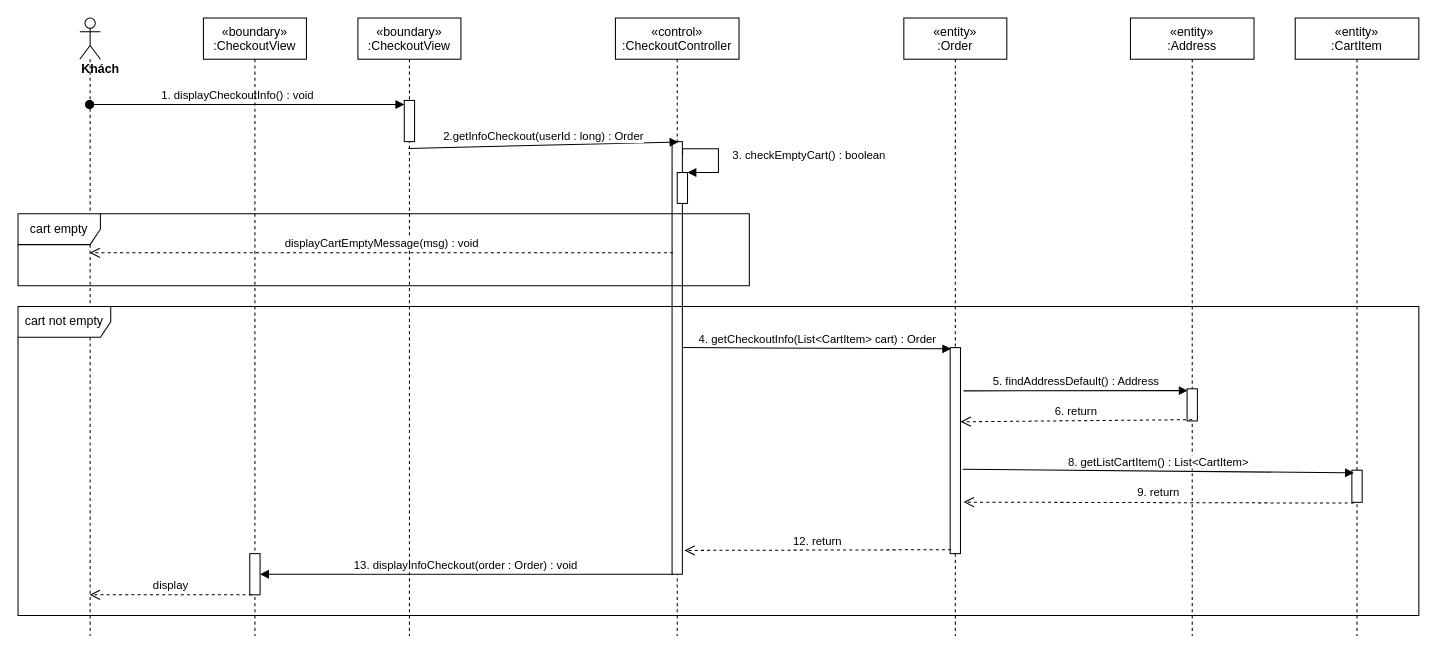
Earlier version of the draw.io diagram sequence diagram/view-checkout-info-sequence.drawio (nguyenphamvan/datn_20202). Source tidied: cells renumbered, new cells numbered last; positions are measured from the earlier drawing's top-left corner, leaving out a move shared by most shapes. Both pictures are drawn from the tidied source at 103%, with x=0, y=0 at pixel (18, 18).
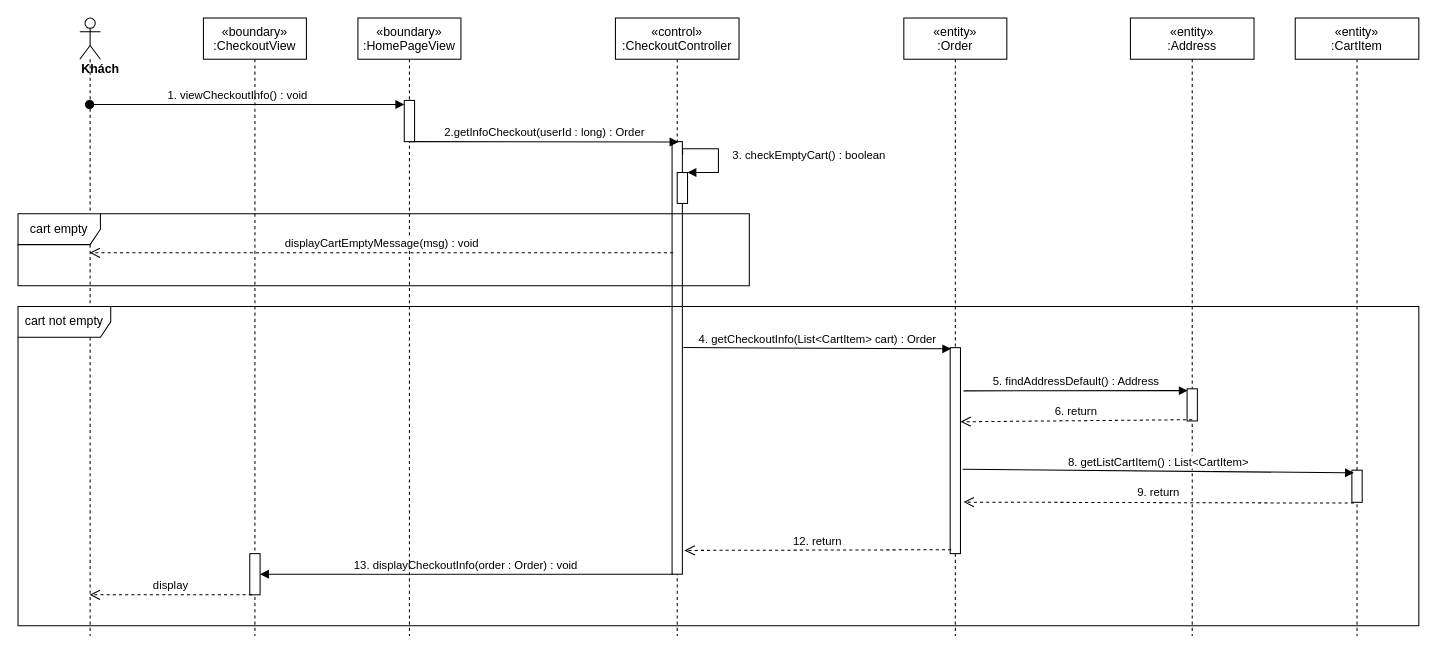
The same page after the edit.

Unchanged cells that the change refers to:
```xml
<mxCell id="3" style="points=[];perimeter=orthogonalPerimeter;rounded=0;shadow=0;strokeWidth=1;" parent="2" vertex="1">
  <mxGeometry x="55" y="120" width="10" height="420" as="geometry" />
</mxCell>
<mxCell id="6" value="&lt;div&gt;&lt;b&gt;Khách&lt;/b&gt;&lt;/div&gt;" style="shape=umlLifeline;participant=umlActor;perimeter=lifelinePerimeter;whiteSpace=wrap;html=1;verticalAlign=top;spacingTop=36;outlineConnect=0;align=left;" parent="1" vertex="1">
  <mxGeometry x="60" width="20" height="600" as="geometry" />
</mxCell>
<mxCell id="21" style="points=[];perimeter=orthogonalPerimeter;rounded=0;shadow=0;strokeWidth=1;" parent="20" vertex="1">
  <mxGeometry x="45" y="80" width="10" height="40" as="geometry" />
</mxCell>
<mxCell id="24" style="html=1;points=[];perimeter=orthogonalPerimeter;" parent="23" vertex="1">
  <mxGeometry x="45" y="520" width="10" height="40" as="geometry" />
</mxCell>
```

Change to the diagram source:
```diff
@@
-    <mxCell id="7" value="1. displayCheckoutInfo() : void" style="verticalAlign=bottom;startArrow=oval;endArrow=block;startSize=8;shadow=0;strokeWidth=1;entryX=0;entryY=0.1;entryDx=0;entryDy=0;entryPerimeter=0;" parent="1" edge="1" source="6" target="21">
+    <mxCell id="7" value="1. viewCheckoutInfo() : void" style="verticalAlign=bottom;startArrow=oval;endArrow=block;startSize=8;shadow=0;strokeWidth=1;entryX=0;entryY=0.1;entryDx=0;entryDy=0;entryPerimeter=0;" parent="1" edge="1" source="6" target="21">
       <mxGeometry x="-0.06" relative="1" as="geometry" />
     </mxCell>
@@
-    <mxCell id="10" value="2.getInfoCheckout(userId : long) : Order" style="html=1;verticalAlign=bottom;endArrow=block;entryX=0.617;entryY=0.001;entryDx=0;entryDy=0;entryPerimeter=0;exitX=0.49;exitY=0.211;exitDx=0;exitDy=0;exitPerimeter=0;" parent="1" edge="1" source="20" target="3">
+    <mxCell id="10" value="2.getInfoCheckout(userId : long) : Order" style="html=1;verticalAlign=bottom;endArrow=block;entryX=0.617;entryY=0.001;entryDx=0;entryDy=0;entryPerimeter=0;exitX=0.5;exitY=1;exitDx=0;exitDy=0;exitPerimeter=0;" parent="1" edge="1" source="21" target="3">
       <mxGeometry relative="1" as="geometry" />
     </mxCell>
@@
-    <mxCell id="13" value="13. displayInfoCheckout(order : Order) : void" style="verticalAlign=bottom;endArrow=block;shadow=0;strokeWidth=1;exitX=0.1;exitY=1;exitDx=0;exitDy=0;exitPerimeter=0;" parent="1" edge="1" source="3" target="24">
+    <mxCell id="13" value="13. displayCheckoutInfo(order : Order) : void" style="verticalAlign=bottom;endArrow=block;shadow=0;strokeWidth=1;exitX=0.1;exitY=1;exitDx=0;exitDy=0;exitPerimeter=0;" parent="1" edge="1" source="3" target="24">
       <mxGeometry relative="1" as="geometry" />
     </mxCell>
@@
-    <mxCell id="20" value="«boundary»&#10;:CheckoutView" style="shape=umlLifeline;perimeter=lifelinePerimeter;rounded=0;shadow=0;strokeWidth=1;" parent="1" vertex="1">
+    <mxCell id="20" value="«boundary»&#10;:HomePageView" style="shape=umlLifeline;perimeter=lifelinePerimeter;rounded=0;shadow=0;strokeWidth=1;" parent="1" vertex="1">
       <mxGeometry x="330" width="100" height="600" as="geometry" />
     </mxCell>
@@
     <mxCell id="29" value="cart not empty" style="shape=umlFrame;whiteSpace=wrap;html=1;width=90;height=30;" parent="1" vertex="1">
-      <mxGeometry y="280" width="1360" height="300" as="geometry" />
+      <mxGeometry y="280" width="1360" height="310" as="geometry" />
     </mxCell>
```
